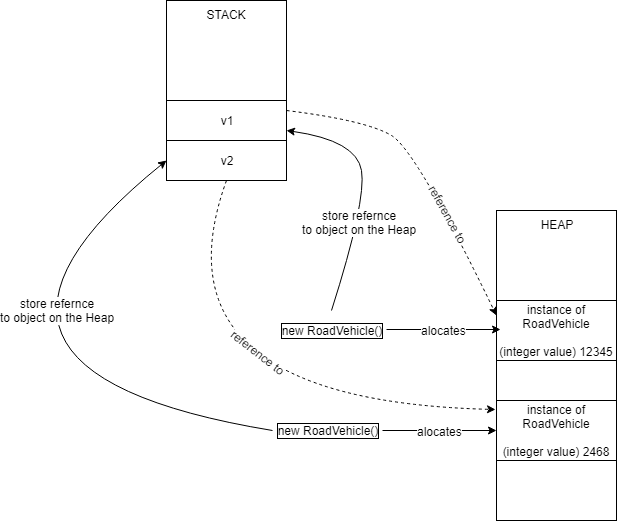
UniversityOfPlymouthComputing/MobileDev-XamarinForms keeps this draw.io diagram as docs/Chapters/Chapter_1_Introduction/img/local_reference_to_heap.png. Above is the earlier version. Source tidied: cells renumbered, new cells last; positions are measured from the earlier drawing's top-left corner, leaving out a move shared by most shapes.
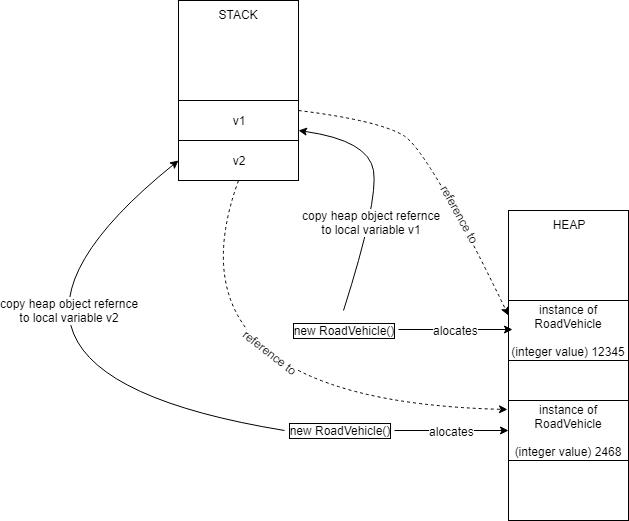
Above is the later version.

Change to the diagram source:
```diff
@@ -53,7 +53,7 @@
         </Array>
       </mxGeometry>
     </mxCell>
-    <mxCell id="15" value="store refernce&lt;br&gt;to object on the Heap" style="text;html=1;align=center;verticalAlign=middle;labelBackgroundColor=#ffffff;" parent="14" vertex="1">
+    <mxCell id="15" value="copy heap object refernce&lt;br&gt;to local variable v1" style="text;html=1;align=center;verticalAlign=middle;labelBackgroundColor=#ffffff;" parent="14" vertex="1">
       <mxGeometry x="-0.24" y="1" relative="1" as="geometry" />
     </mxCell>
     <mxCell id="16" style="endArrow=classic;html=1;entryX=0;entryY=0.5;entryDx=0;entryDy=0;curved=1;exitX=0;exitY=0.5;exitDx=0;exitDy=0;" parent="1" edge="1" source="9" target="3">
@@ -63,7 +63,7 @@
         </Array>
       </mxGeometry>
     </mxCell>
-    <mxCell id="17" value="store refernce&lt;br&gt;to object on the Heap" style="text;html=1;align=center;verticalAlign=middle;labelBackgroundColor=#ffffff;" parent="16" vertex="1">
+    <mxCell id="17" value="copy heap object refernce&lt;br&gt;to local variable v2" style="text;html=1;align=center;verticalAlign=middle;labelBackgroundColor=#ffffff;" parent="16" vertex="1">
       <mxGeometry x="-0.23" y="-38" relative="1" as="geometry">
         <mxPoint x="44.5" y="-39" as="offset" />
       </mxGeometry>
```
